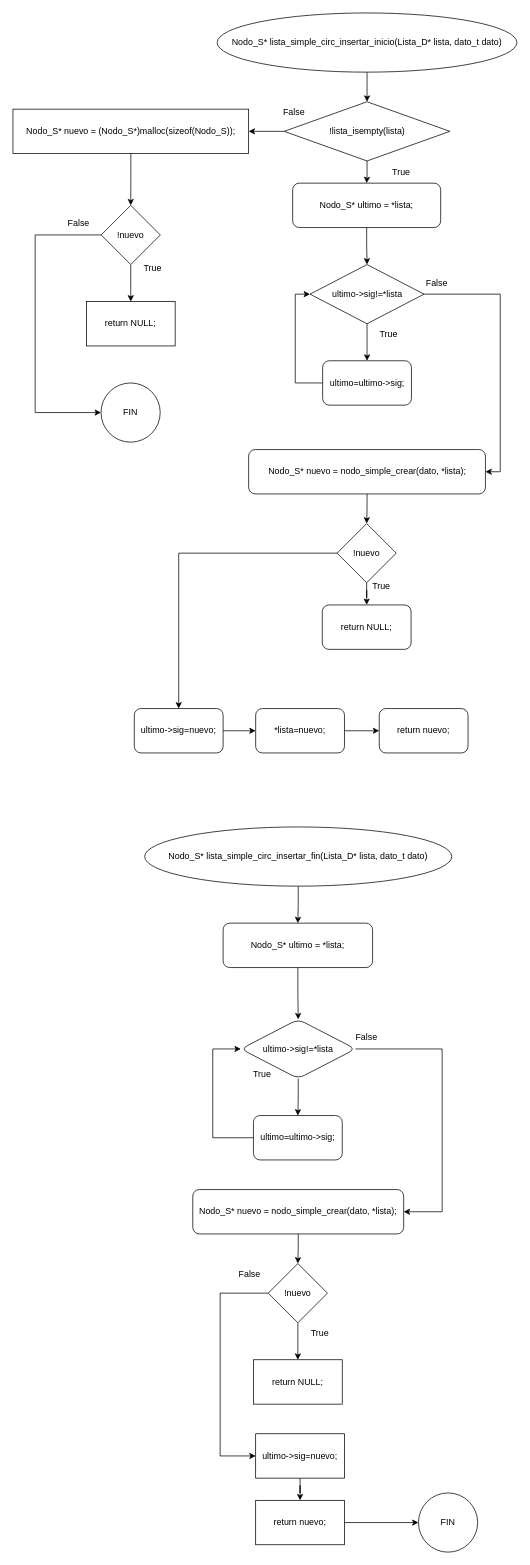
This is fase1/tarea2/listas_circulares.drawio from AADavilaGonzalez/tareas_ED, a draw.io file, before an edit. Source tidied: cells renumbered, new cells numbered last; positions are measured from the earlier drawing's top-left corner, leaving out a move shared by most shapes. Both pictures are drawn from the tidied source at 74%, with x=0, y=0 at pixel (13, 13).
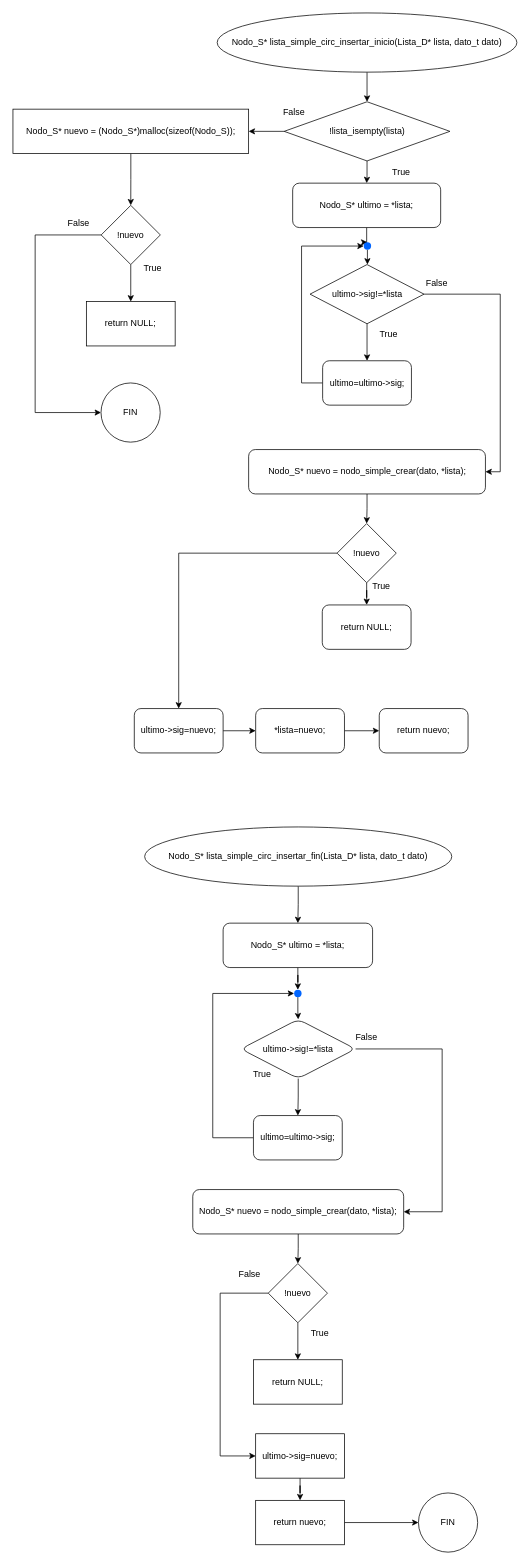
After the change.

The change refers to these unchanged cells:
```xml
<mxCell id="8" value="Nodo_S* ultimo = *lista;" style="rounded=1;whiteSpace=wrap;html=1;" parent="1" vertex="1">
  <mxGeometry x="378" y="230" width="200" height="60" as="geometry" />
</mxCell>
<mxCell id="10" value="ultimo=ultimo-&amp;gt;sig;" style="rounded=1;whiteSpace=wrap;html=1;" parent="1" vertex="1">
  <mxGeometry x="418.5" y="470" width="120" height="60" as="geometry" />
</mxCell>
<mxCell id="13" value="ultimo-&amp;gt;sig!=*lista" style="rhombus;whiteSpace=wrap;html=1;" parent="1" vertex="1">
  <mxGeometry x="401.5" y="340" width="154" height="80" as="geometry" />
</mxCell>
<mxCell id="26" value="Nodo_S* ultimo = *lista;" style="rounded=1;whiteSpace=wrap;html=1;" parent="1" vertex="1">
  <mxGeometry x="284" y="1230" width="202" height="60" as="geometry" />
</mxCell>
<mxCell id="43" value="ultimo=ultimo-&amp;gt;sig;" style="rounded=1;whiteSpace=wrap;html=1;" parent="1" vertex="1">
  <mxGeometry x="325" y="1490" width="120" height="60" as="geometry" />
</mxCell>
<mxCell id="46" value="ultimo-&amp;gt;sig!=*lista" style="rhombus;whiteSpace=wrap;html=1;rounded=1;" parent="1" vertex="1">
  <mxGeometry x="308" y="1360" width="155" height="80" as="geometry" />
</mxCell>
```

The edit, as a diff of the source:
```diff
@@
-    <mxCell id="7" style="edgeStyle=orthogonalEdgeStyle;rounded=0;jettySize=auto;html=1;" parent="1" edge="1" source="8" target="13">
-      <mxGeometry relative="1" as="geometry" />
-    </mxCell>
+    <mxCell id="63" style="edgeStyle=orthogonalEdgeStyle;rounded=0;jettySize=auto;html=1;entryX=0.5;entryY=0;entryDx=0;entryDy=0;" parent="1" edge="1" source="8" target="66">
+      <mxGeometry relative="1" as="geometry" />
+    </mxCell>
@@
-    <mxCell id="9" style="edgeStyle=orthogonalEdgeStyle;rounded=0;jettySize=auto;html=1;entryX=0;entryY=0.5;entryDx=0;entryDy=0;exitX=0;exitY=0.5;exitDx=0;exitDy=0;" parent="1" edge="1" source="10" target="13">
-      <mxGeometry relative="1" as="geometry" />
+    <mxCell id="9" style="edgeStyle=orthogonalEdgeStyle;rounded=0;jettySize=auto;html=1;entryX=0;entryY=0.5;entryDx=0;entryDy=0;exitX=0;exitY=0.5;exitDx=0;exitDy=0;" parent="1" edge="1" source="10" target="66">
+      <mxGeometry relative="1" as="geometry">
+        <Array as="points">
+          <mxPoint x="390" y="500" />
+          <mxPoint x="390" y="315" />
+        </Array>
+      </mxGeometry>
     </mxCell>
@@
-    <mxCell id="25" style="edgeStyle=orthogonalEdgeStyle;rounded=0;jettySize=auto;html=1;" parent="1" edge="1" source="26" target="46">
-      <mxGeometry relative="1" as="geometry" />
-    </mxCell>
+    <mxCell id="64" style="edgeStyle=orthogonalEdgeStyle;rounded=0;jettySize=auto;html=1;entryX=0.5;entryY=0;entryDx=0;entryDy=0;" parent="1" edge="1" source="26" target="68">
+      <mxGeometry relative="1" as="geometry" />
+    </mxCell>
@@
-    <mxCell id="42" style="edgeStyle=orthogonalEdgeStyle;rounded=0;jettySize=auto;html=1;entryX=0;entryY=0.5;entryDx=0;entryDy=0;exitX=0;exitY=0.5;exitDx=0;exitDy=0;" parent="1" edge="1" source="43" target="46">
+    <mxCell id="42" style="edgeStyle=orthogonalEdgeStyle;rounded=0;jettySize=auto;html=1;entryX=0;entryY=0.5;entryDx=0;entryDy=0;exitX=0;exitY=0.5;exitDx=0;exitDy=0;" parent="1" edge="1" source="43" target="68">
       <mxGeometry relative="1" as="geometry">
         <Array as="points">
           <mxPoint x="270" y="1520" />
-          <mxPoint x="270" y="1400" />
+          <mxPoint x="270" y="1325" />
         </Array>
       </mxGeometry>
     </mxCell>
@@
+    <mxCell id="65" style="edgeStyle=orthogonalEdgeStyle;rounded=0;jettySize=auto;html=1;" parent="1" edge="1" source="66" target="13">
+      <mxGeometry relative="1" as="geometry" />
+    </mxCell>
+    <mxCell id="66" style="shape=ellipse;fillColor=#0065FF;strokeColor=none;html=1;sketch=0;" parent="1" vertex="1">
+      <mxGeometry x="474" y="310" width="10" height="10" as="geometry" />
+    </mxCell>
+    <mxCell id="67" style="edgeStyle=orthogonalEdgeStyle;rounded=0;jettySize=auto;html=1;" parent="1" edge="1" source="68" target="46">
+      <mxGeometry relative="1" as="geometry" />
+    </mxCell>
+    <mxCell id="68" style="shape=ellipse;fillColor=#0065FF;strokeColor=none;html=1;sketch=0;" parent="1" vertex="1">
+      <mxGeometry x="380" y="1320" width="10" height="10" as="geometry" />
+    </mxCell>
```
